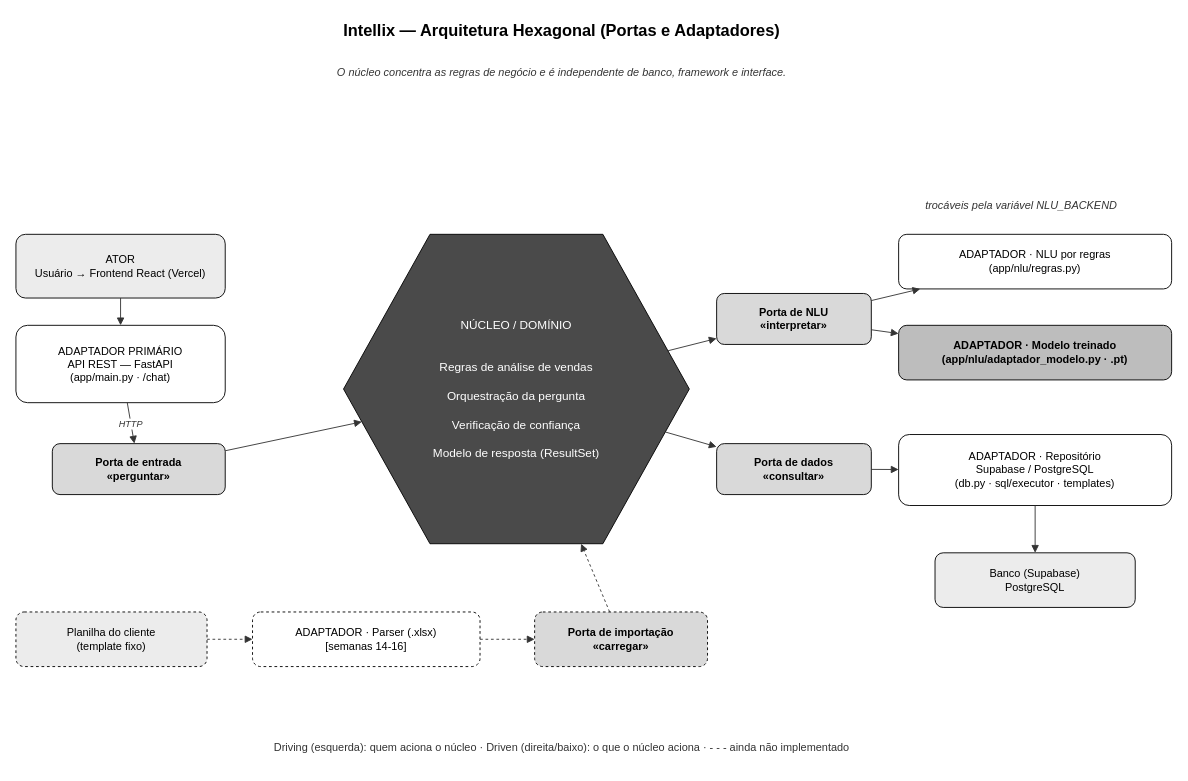
This is docs/diagramas/arquitetura_hexagonal_pb.drawio from intellix-tcc/Intellix, a draw.io file, before an edit. Source tidied: cells renumbered, new cells numbered last; positions are measured from the earlier drawing's top-left corner, leaving out a move shared by most shapes. Both pictures are drawn from the tidied source at 91%, with x=0, y=0 at pixel (15, 15).
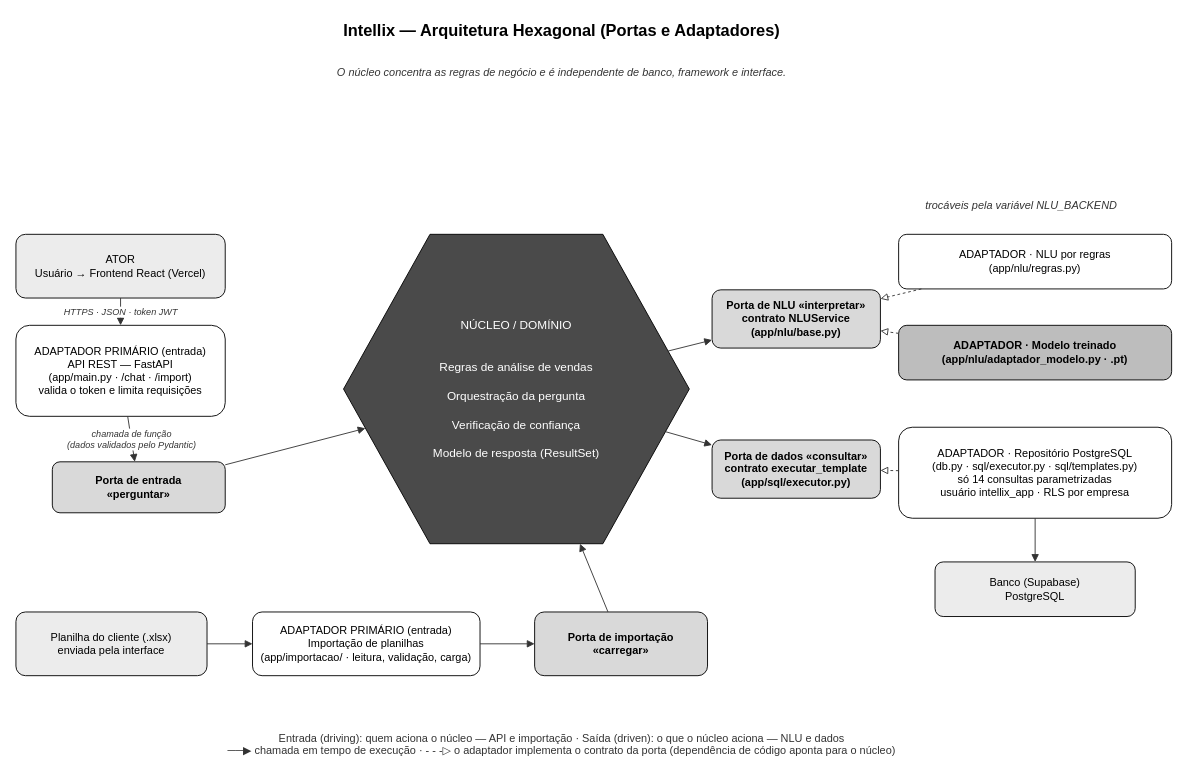
The same page after the edit.

Commit message (it also covers changes not shown here):
docs(diagramas): figura 6 sem backup automatico e hexagonal com achados 07-01 a 07-04

The change refers to these unchanged cells:
```xml
<mxCell id="5" value="NÚCLEO / DOMÍNIO&#10;&#10;&#10;Regras de análise de vendas&#10;&#10;Orquestração da pergunta&#10;&#10;Verificação de confiança&#10;&#10;Modelo de resposta (ResultSet)" style="shape=hexagon;perimeter=hexagonPerimeter2;fontFamily=Helvetica;fontSize=12;html=1;whiteSpace=wrap;fillColor=#4a4a4a;strokeColor=#000000;fontColor=#FFFFFF;fontSize=13;verticalAlign=middle;" parent="1" vertex="1">
  <mxGeometry x="360" y="240" width="380" height="340" as="geometry" />
</mxCell>
<mxCell id="6" value="ATOR&#10;Usuário → Frontend React (Vercel)" style="rounded=1;fontFamily=Helvetica;fontSize=12;html=1;whiteSpace=wrap;fillColor=#ececec;strokeColor=#000000;" parent="1" vertex="1">
  <mxGeometry y="240" width="230" height="70" as="geometry" />
</mxCell>
<mxCell id="11" value="ADAPTADOR · NLU por regras&#10;(app/nlu/regras.py)" style="rounded=1;fontFamily=Helvetica;fontSize=12;html=1;whiteSpace=wrap;fillColor=#ffffff;strokeColor=#000000;" parent="1" vertex="1">
  <mxGeometry x="970" y="240" width="300" height="60" as="geometry" />
</mxCell>
<mxCell id="12" value="ADAPTADOR · Modelo treinado&#10;(app/nlu/adaptador_modelo.py · .pt)" style="rounded=1;fontFamily=Helvetica;fontSize=12;html=1;whiteSpace=wrap;fillColor=#bdbdbd;strokeColor=#000000;fontStyle=1;" parent="1" vertex="1">
  <mxGeometry x="970" y="340" width="300" height="60" as="geometry" />
</mxCell>
```

What changed in the source:
```diff
@@
-    <mxCell id="4" value="Driving (esquerda): quem aciona o núcleo    ·    Driven (direita/baixo): o que o núcleo aciona    ·    - - -  ainda não implementado" style="text;fontFamily=Helvetica;fontSize=12;html=1;whiteSpace=wrap;strokeColor=none;fillColor=none;align=center;fontColor=#333333;" parent="1" vertex="1">
-      <mxGeometry x="130" y="790" width="940" height="26" as="geometry" />
+    <mxCell id="4" value="Entrada (driving): quem aciona o núcleo — API e importação    ·    Saída (driven): o que o núcleo aciona — NLU e dados&#10;──▶ chamada em tempo de execução    ·    - - -▷ o adaptador implementa o contrato da porta (dependência de código aponta para o núcleo)" style="text;fontFamily=Helvetica;fontSize=12;html=1;whiteSpace=wrap;strokeColor=none;fillColor=none;align=center;fontColor=#333333;" parent="1" vertex="1">
+      <mxGeometry x="80" y="780" width="1040" height="44" as="geometry" />
     </mxCell>
@@
-    <mxCell id="7" value="ADAPTADOR PRIMÁRIO&#10;API REST — FastAPI&#10;(app/main.py · /chat)" style="rounded=1;fontFamily=Helvetica;fontSize=12;html=1;whiteSpace=wrap;fillColor=#ffffff;strokeColor=#000000;" parent="1" vertex="1">
-      <mxGeometry y="340" width="230" height="85" as="geometry" />
+    <mxCell id="7" value="ADAPTADOR PRIMÁRIO (entrada)&#10;API REST — FastAPI&#10;(app/main.py · /chat · /import)&#10;valida o token e limita requisições" style="rounded=1;fontFamily=Helvetica;fontSize=12;html=1;whiteSpace=wrap;fillColor=#ffffff;strokeColor=#000000;" parent="1" vertex="1">
+      <mxGeometry y="340" width="230" height="100" as="geometry" />
     </mxCell>
     <mxCell id="8" value="Porta de entrada&#10;«perguntar»" style="rounded=1;fontFamily=Helvetica;fontSize=12;html=1;whiteSpace=wrap;fillColor=#d9d9d9;strokeColor=#000000;fontColor=#000000;fontStyle=1;" parent="1" vertex="1">
-      <mxGeometry x="40" y="470" width="190" height="56" as="geometry" />
+      <mxGeometry x="40" y="490" width="190" height="56" as="geometry" />
     </mxCell>
@@
-    <mxCell id="10" value="Porta de NLU&#10;«interpretar»" style="rounded=1;fontFamily=Helvetica;fontSize=12;html=1;whiteSpace=wrap;fillColor=#d9d9d9;strokeColor=#000000;fontColor=#000000;fontStyle=1;" parent="1" vertex="1">
-      <mxGeometry x="770" y="305" width="170" height="56" as="geometry" />
+    <mxCell id="10" value="Porta de NLU «interpretar»&#10;contrato NLUService&#10;(app/nlu/base.py)" style="rounded=1;fontFamily=Helvetica;fontSize=12;html=1;whiteSpace=wrap;fillColor=#d9d9d9;strokeColor=#000000;fontColor=#000000;fontStyle=1;" parent="1" vertex="1">
+      <mxGeometry x="765" y="301" width="185" height="64" as="geometry" />
     </mxCell>
@@
-    <mxCell id="13" value="Porta de dados&#10;«consultar»" style="rounded=1;fontFamily=Helvetica;fontSize=12;html=1;whiteSpace=wrap;fillColor=#d9d9d9;strokeColor=#000000;fontColor=#000000;fontStyle=1;" parent="1" vertex="1">
-      <mxGeometry x="770" y="470" width="170" height="56" as="geometry" />
+    <mxCell id="13" value="Porta de dados «consultar»&#10;contrato executar_template&#10;(app/sql/executor.py)" style="rounded=1;fontFamily=Helvetica;fontSize=12;html=1;whiteSpace=wrap;fillColor=#d9d9d9;strokeColor=#000000;fontColor=#000000;fontStyle=1;" parent="1" vertex="1">
+      <mxGeometry x="765" y="466" width="185" height="64" as="geometry" />
     </mxCell>
-    <mxCell id="14" value="ADAPTADOR · Repositório&#10;Supabase / PostgreSQL&#10;(db.py · sql/executor · templates)" style="rounded=1;fontFamily=Helvetica;fontSize=12;html=1;whiteSpace=wrap;fillColor=#ffffff;strokeColor=#000000;" parent="1" vertex="1">
-      <mxGeometry x="970" y="460" width="300" height="78" as="geometry" />
+    <mxCell id="14" value="ADAPTADOR · Repositório PostgreSQL&#10;(db.py · sql/executor.py · sql/templates.py)&#10;só 14 consultas parametrizadas&#10;usuário intellix_app · RLS por empresa" style="rounded=1;fontFamily=Helvetica;fontSize=12;html=1;whiteSpace=wrap;fillColor=#ffffff;strokeColor=#000000;" parent="1" vertex="1">
+      <mxGeometry x="970" y="452" width="300" height="100" as="geometry" />
     </mxCell>
     <mxCell id="15" value="Banco (Supabase)&#10;PostgreSQL" style="rounded=1;fontFamily=Helvetica;fontSize=12;html=1;whiteSpace=wrap;fillColor=#ececec;strokeColor=#000000;" parent="1" vertex="1">
-      <mxGeometry x="1010" y="590" width="220" height="60" as="geometry" />
+      <mxGeometry x="1010" y="600" width="220" height="60" as="geometry" />
     </mxCell>
-    <mxCell id="16" value="Planilha do cliente&#10;(template fixo)" style="rounded=1;fontFamily=Helvetica;fontSize=12;html=1;whiteSpace=wrap;fillColor=#ececec;strokeColor=#000000;dashed=1;" parent="1" vertex="1">
-      <mxGeometry y="655" width="210" height="60" as="geometry" />
+    <mxCell id="16" value="Planilha do cliente (.xlsx)&#10;enviada pela interface" style="rounded=1;fontFamily=Helvetica;fontSize=12;html=1;whiteSpace=wrap;fillColor=#ececec;strokeColor=#000000;" parent="1" vertex="1">
+      <mxGeometry y="655" width="210" height="70" as="geometry" />
     </mxCell>
-    <mxCell id="17" value="ADAPTADOR · Parser (.xlsx)&#10;[semanas 14-16]" style="rounded=1;fontFamily=Helvetica;fontSize=12;html=1;whiteSpace=wrap;fillColor=#ffffff;strokeColor=#000000;dashed=1;" parent="1" vertex="1">
-      <mxGeometry x="260" y="655" width="250" height="60" as="geometry" />
+    <mxCell id="17" value="ADAPTADOR PRIMÁRIO (entrada)&#10;Importação de planilhas&#10;(app/importacao/ · leitura, validação, carga)" style="rounded=1;fontFamily=Helvetica;fontSize=12;html=1;whiteSpace=wrap;fillColor=#ffffff;strokeColor=#000000;" parent="1" vertex="1">
+      <mxGeometry x="260" y="655" width="250" height="70" as="geometry" />
     </mxCell>
-    <mxCell id="18" value="Porta de importação&#10;«carregar»" style="rounded=1;fontFamily=Helvetica;fontSize=12;html=1;whiteSpace=wrap;fillColor=#d9d9d9;strokeColor=#000000;fontColor=#000000;fontStyle=1;dashed=1;" parent="1" vertex="1">
-      <mxGeometry x="570" y="655" width="190" height="60" as="geometry" />
+    <mxCell id="18" value="Porta de importação&#10;«carregar»" style="rounded=1;fontFamily=Helvetica;fontSize=12;html=1;whiteSpace=wrap;fillColor=#d9d9d9;strokeColor=#000000;fontColor=#000000;fontStyle=1;" parent="1" vertex="1">
+      <mxGeometry x="570" y="655" width="190" height="70" as="geometry" />
     </mxCell>
-    <mxCell id="19" style="endArrow=block;html=1;rounded=0;strokeColor=#333333;fontFamily=Helvetica;fontSize=10;fontStyle=2;fontColor=#333333;" parent="1" edge="1" source="6" target="7">
+    <mxCell id="19" value="HTTPS · JSON · token JWT" style="endArrow=block;html=1;rounded=0;strokeColor=#333333;fontFamily=Helvetica;fontSize=10;fontStyle=2;fontColor=#333333;" parent="1" edge="1" source="6" target="7">
       <mxGeometry relative="1" as="geometry" />
     </mxCell>
-    <mxCell id="20" value="HTTP" style="endArrow=block;html=1;rounded=0;strokeColor=#333333;fontFamily=Helvetica;fontSize=10;fontStyle=2;fontColor=#333333;" parent="1" edge="1" source="7" target="8">
+    <mxCell id="20" value="chamada de função&#10;(dados validados pelo Pydantic)" style="endArrow=block;html=1;rounded=0;strokeColor=#333333;fontFamily=Helvetica;fontSize=10;fontStyle=2;fontColor=#333333;" parent="1" edge="1" source="7" target="8">
       <mxGeometry relative="1" as="geometry" />
     </mxCell>
@@
-    <mxCell id="23" style="endArrow=block;html=1;rounded=0;strokeColor=#333333;fontFamily=Helvetica;fontSize=10;fontStyle=2;fontColor=#333333;" parent="1" edge="1" source="10" target="11">
+    <mxCell id="23" style="endArrow=block;endFill=0;dashed=1;html=1;rounded=0;strokeColor=#333333;fontFamily=Helvetica;fontSize=10;fontStyle=2;fontColor=#333333;" parent="1" edge="1" source="11" target="10">
       <mxGeometry relative="1" as="geometry" />
     </mxCell>
-    <mxCell id="24" style="endArrow=block;html=1;rounded=0;strokeColor=#333333;fontFamily=Helvetica;fontSize=10;fontStyle=2;fontColor=#333333;" parent="1" edge="1" source="10" target="12">
+    <mxCell id="24" style="endArrow=block;endFill=0;dashed=1;html=1;rounded=0;strokeColor=#333333;fontFamily=Helvetica;fontSize=10;fontStyle=2;fontColor=#333333;" parent="1" edge="1" source="12" target="10">
       <mxGeometry relative="1" as="geometry" />
     </mxCell>
@@
-    <mxCell id="26" style="endArrow=block;html=1;rounded=0;strokeColor=#333333;fontFamily=Helvetica;fontSize=10;fontStyle=2;fontColor=#333333;" parent="1" edge="1" source="13" target="14">
+    <mxCell id="26" style="endArrow=block;endFill=0;dashed=1;html=1;rounded=0;strokeColor=#333333;fontFamily=Helvetica;fontSize=10;fontStyle=2;fontColor=#333333;" parent="1" edge="1" source="14" target="13">
       <mxGeometry relative="1" as="geometry" />
     </mxCell>
@@
-    <mxCell id="28" style="endArrow=block;html=1;rounded=0;strokeColor=#333333;fontFamily=Helvetica;fontSize=10;fontStyle=2;fontColor=#333333;dashed=1;" parent="1" edge="1" source="16" target="17">
+    <mxCell id="28" style="endArrow=block;html=1;rounded=0;strokeColor=#333333;fontFamily=Helvetica;fontSize=10;fontStyle=2;fontColor=#333333;" parent="1" edge="1" source="16" target="17">
       <mxGeometry relative="1" as="geometry" />
     </mxCell>
-    <mxCell id="29" style="endArrow=block;html=1;rounded=0;strokeColor=#333333;fontFamily=Helvetica;fontSize=10;fontStyle=2;fontColor=#333333;dashed=1;" parent="1" edge="1" source="17" target="18">
+    <mxCell id="29" style="endArrow=block;html=1;rounded=0;strokeColor=#333333;fontFamily=Helvetica;fontSize=10;fontStyle=2;fontColor=#333333;" parent="1" edge="1" source="17" target="18">
       <mxGeometry relative="1" as="geometry" />
     </mxCell>
-    <mxCell id="30" style="endArrow=block;html=1;rounded=0;strokeColor=#333333;fontFamily=Helvetica;fontSize=10;fontStyle=2;fontColor=#333333;dashed=1;" parent="1" edge="1" source="18" target="5">
+    <mxCell id="30" style="endArrow=block;html=1;rounded=0;strokeColor=#333333;fontFamily=Helvetica;fontSize=10;fontStyle=2;fontColor=#333333;" parent="1" edge="1" source="18" target="5">
       <mxGeometry relative="1" as="geometry" />
     </mxCell>
```
